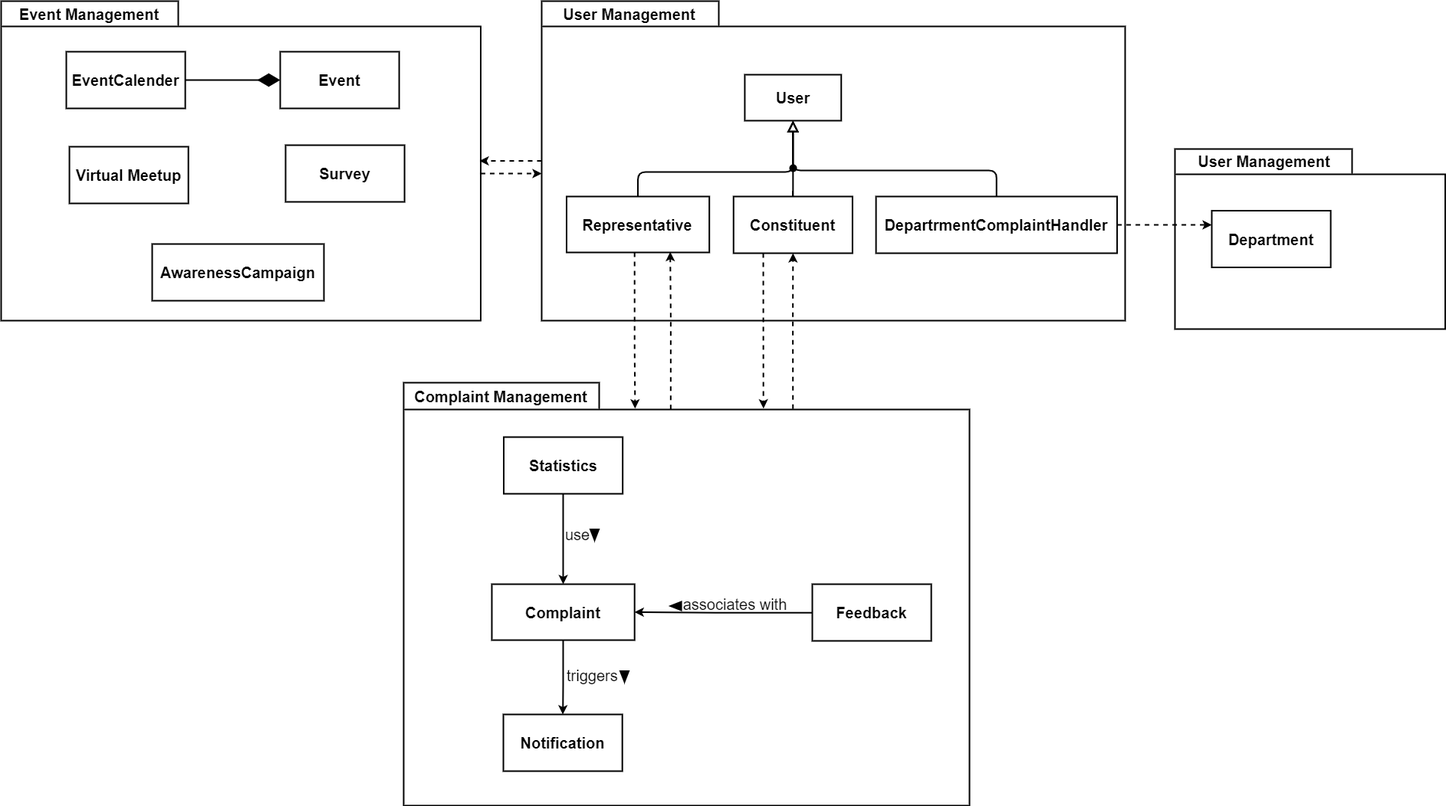
muhammadahsanmirza/fyp-constituency-connect keeps this draw.io diagram as 17 - Package Diagram/Package Diagram Detailed.drawio.png. Above is the earlier version. Source tidied: cells renumbered, new cells last; positions are measured from the earlier drawing's top-left corner, leaving out a move shared by most shapes.
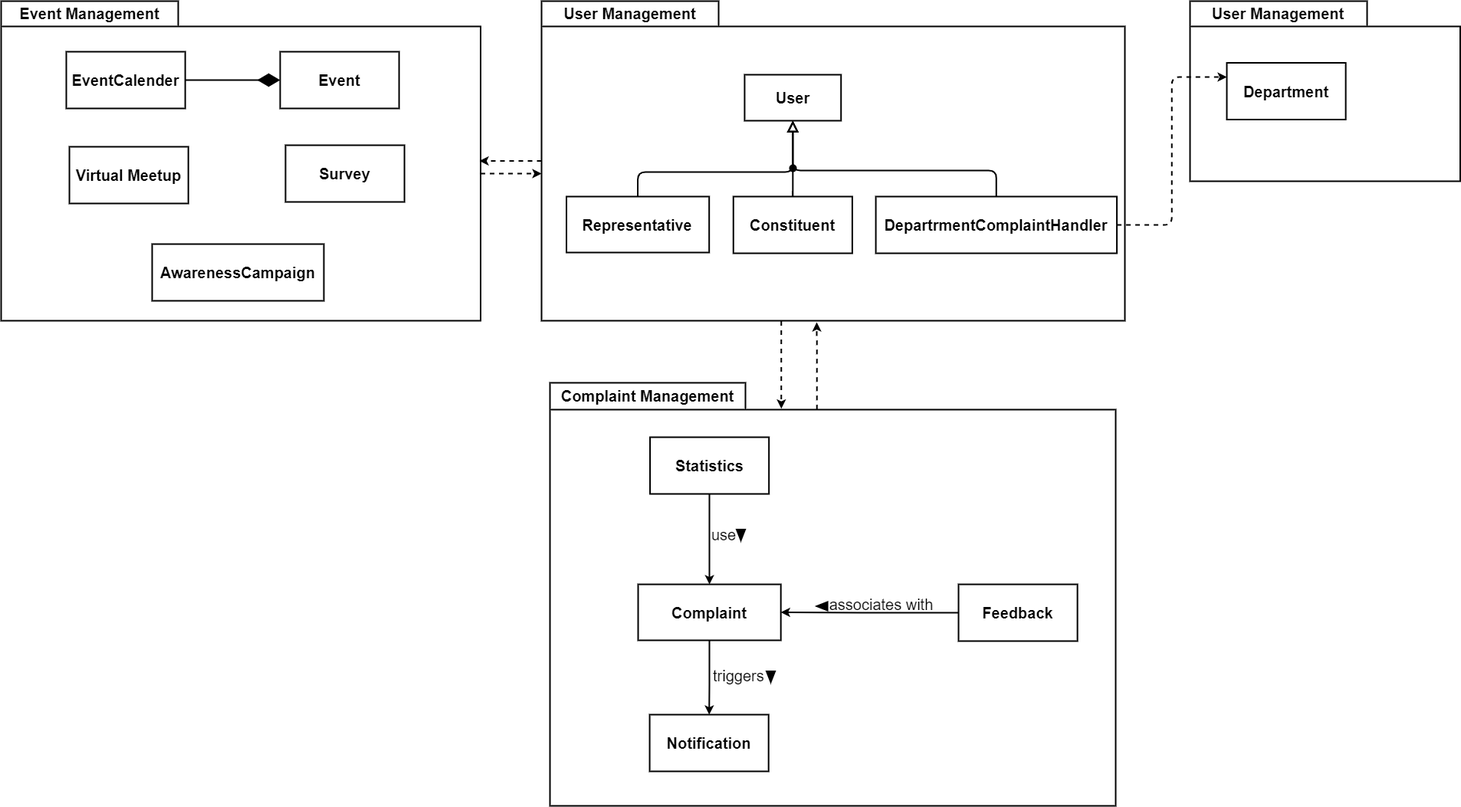
Above is the later version.

Commit message:
Add Deployment Diagram

What changed in the source:
```diff
@@ -49,7 +49,7 @@
       </mxGeometry>
     </mxCell>
     <mxCell id="12" value="User Management" style="shape=folder;fontStyle=1;tabWidth=231;tabHeight=33;tabPosition=left;html=1;boundedLbl=1;labelInHeader=1;whiteSpace=wrap;fontSize=20;strokeWidth=2;" parent="1" vertex="1">
-      <mxGeometry x="1531" y="193" width="352.5" height="235" as="geometry" />
+      <mxGeometry x="1551" width="352.5" height="235" as="geometry" />
     </mxCell>
     <mxCell id="13" style="html=1;strokeColor=none;fillColor=none;whiteSpace=wrap;fontSize=20;strokeWidth=2;" parent="12" vertex="1">
       <mxGeometry width="352.5" height="164.5" relative="1" as="geometry">
@@ -66,7 +66,7 @@
       <mxGeometry relative="1" as="geometry" />
     </mxCell>
     <mxCell id="17" style="group;" parent="1" vertex="1">
-      <mxGeometry x="525" y="498" width="738" height="552" as="geometry" />
+      <mxGeometry x="716" y="498" width="738" height="552" as="geometry" />
     </mxCell>
     <mxCell id="18" value="Complaint Management" style="shape=folder;fontStyle=1;tabWidth=255;tabHeight=35;tabPosition=left;html=1;boundedLbl=1;labelInHeader=1;whiteSpace=wrap;fontSize=20;strokeWidth=2;" parent="17" vertex="1">
       <mxGeometry width="738" height="552" as="geometry" />
@@ -118,58 +118,45 @@
     <mxCell id="33" style="triangle;whiteSpace=wrap;html=1;rotation=90;fontSize=20;strokeWidth=2;fillColor=#000000;" parent="17" vertex="1">
       <mxGeometry x="242" y="193" width="14.1" height="11" as="geometry" />
     </mxCell>
-    <mxCell id="34" style="edgeStyle=orthogonalEdgeStyle;rounded=1;jettySize=auto;html=1;entryX=0.409;entryY=0.061;entryDx=0;entryDy=0;entryPerimeter=0;dashed=1;curved=0;strokeWidth=2;" parent="1" edge="1" source="6" target="18">
-      <mxGeometry relative="1" as="geometry">
-        <Array as="points">
-          <mxPoint x="826" y="450" />
-          <mxPoint x="827" y="450" />
-        </Array>
-      </mxGeometry>
+    <mxCell id="34" style="edgeStyle=orthogonalEdgeStyle;rounded=1;jettySize=auto;html=1;entryX=0.409;entryY=0.061;entryDx=0;entryDy=0;entryPerimeter=0;dashed=1;curved=0;strokeWidth=2;exitX=0.411;exitY=1.001;exitDx=0;exitDy=0;exitPerimeter=0;" parent="1" edge="1" source="3" target="18">
+      <mxGeometry relative="1" as="geometry" />
     </mxCell>
-    <mxCell id="35" style="edgeStyle=orthogonalEdgeStyle;rounded=1;jettySize=auto;html=1;entryX=0.636;entryY=0.061;entryDx=0;entryDy=0;entryPerimeter=0;dashed=1;curved=0;exitX=0.25;exitY=1;exitDx=0;exitDy=0;strokeWidth=2;" parent="1" edge="1" source="7" target="18">
+    <mxCell id="35" style="edgeStyle=orthogonalEdgeStyle;rounded=1;jettySize=auto;html=1;exitX=0.472;exitY=0.063;exitDx=0;exitDy=0;exitPerimeter=0;strokeWidth=2;curved=0;dashed=1;" parent="1" edge="1" source="18">
       <mxGeometry relative="1" as="geometry">
-        <Array as="points">
-          <mxPoint x="994" y="522" />
-        </Array>
+        <mxPoint x="1064" y="419" as="targetPoint" />
       </mxGeometry>
     </mxCell>
-    <mxCell id="36" style="edgeStyle=orthogonalEdgeStyle;rounded=1;jettySize=auto;html=1;entryX=0.726;entryY=0.991;entryDx=0;entryDy=0;entryPerimeter=0;exitX=0.472;exitY=0.063;exitDx=0;exitDy=0;exitPerimeter=0;strokeWidth=2;curved=0;dashed=1;" parent="1" edge="1" source="18" target="6">
-      <mxGeometry relative="1" as="geometry" />
+    <mxCell id="36" style="group;" parent="1" vertex="1">
+      <mxGeometry width="625.5" height="417" as="geometry" />
     </mxCell>
-    <mxCell id="37" style="edgeStyle=orthogonalEdgeStyle;rounded=1;jettySize=auto;html=1;entryX=0.5;entryY=1;entryDx=0;entryDy=0;exitX=0.688;exitY=0.062;exitDx=0;exitDy=0;exitPerimeter=0;dashed=1;curved=0;strokeWidth=2;" parent="1" edge="1" source="18" target="7">
-      <mxGeometry relative="1" as="geometry" />
+    <mxCell id="37" value="Event Management" style="shape=folder;fontStyle=1;tabWidth=231;tabHeight=33;tabPosition=left;html=1;boundedLbl=1;labelInHeader=1;whiteSpace=wrap;fontSize=20;strokeWidth=2;" parent="36" vertex="1">
+      <mxGeometry width="625.5" height="417" as="geometry" />
     </mxCell>
-    <mxCell id="38" style="group;" parent="1" vertex="1">
-      <mxGeometry width="625.5" height="417" as="geometry" />
+    <mxCell id="38" style="html=1;strokeColor=none;fillColor=none;whiteSpace=wrap;fontSize=20;strokeWidth=2;" parent="37" vertex="1">
+      <mxGeometry width="625.5" height="291.9" relative="1" as="geometry">
+        <mxPoint y="30" as="offset" />
+      </mxGeometry>
     </mxCell>
-    <mxCell id="39" value="Event Management" style="shape=folder;fontStyle=1;tabWidth=231;tabHeight=33;tabPosition=left;html=1;boundedLbl=1;labelInHeader=1;whiteSpace=wrap;fontSize=20;strokeWidth=2;" parent="38" vertex="1">
-      <mxGeometry width="625.5" height="417" as="geometry" />
+    <mxCell id="39" value="&lt;b&gt;Virtual Meetup&lt;/b&gt;" style="rounded=0;whiteSpace=wrap;html=1;fontSize=20;strokeWidth=2;" parent="37" vertex="1">
+      <mxGeometry x="89.1" y="190" width="155.1" height="74" as="geometry" />
     </mxCell>
-    <mxCell id="40" style="html=1;strokeColor=none;fillColor=none;whiteSpace=wrap;fontSize=20;strokeWidth=2;" parent="39" vertex="1">
-      <mxGeometry width="625.5" height="291.9" relative="1" as="geometry">
-        <mxPoint y="30" as="offset" />
-      </mxGeometry>
+    <mxCell id="40" value="&lt;b&gt;Survey&lt;/b&gt;" style="rounded=0;whiteSpace=wrap;html=1;fontSize=20;strokeWidth=2;" parent="37" vertex="1">
+      <mxGeometry x="371" y="188" width="155.1" height="74" as="geometry" />
     </mxCell>
-    <mxCell id="41" value="&lt;b&gt;Virtual Meetup&lt;/b&gt;" style="rounded=0;whiteSpace=wrap;html=1;fontSize=20;strokeWidth=2;" parent="39" vertex="1">
-      <mxGeometry x="89.1" y="190" width="155.1" height="74" as="geometry" />
+    <mxCell id="41" value="&lt;b&gt;AwarenessCampaign&lt;/b&gt;" style="rounded=0;whiteSpace=wrap;html=1;fontSize=20;strokeWidth=2;" parent="37" vertex="1">
+      <mxGeometry x="197" y="317" width="224" height="74" as="geometry" />
     </mxCell>
-    <mxCell id="42" value="&lt;b&gt;Survey&lt;/b&gt;" style="rounded=0;whiteSpace=wrap;html=1;fontSize=20;strokeWidth=2;" parent="39" vertex="1">
-      <mxGeometry x="371" y="188" width="155.1" height="74" as="geometry" />
+    <mxCell id="42" value="&lt;b&gt;EventCalender&lt;/b&gt;" style="rounded=0;whiteSpace=wrap;html=1;fontSize=20;strokeWidth=2;" parent="36" vertex="1">
+      <mxGeometry x="85" y="66" width="155.1" height="74" as="geometry" />
     </mxCell>
-    <mxCell id="43" value="&lt;b&gt;AwarenessCampaign&lt;/b&gt;" style="rounded=0;whiteSpace=wrap;html=1;fontSize=20;strokeWidth=2;" parent="39" vertex="1">
-      <mxGeometry x="197" y="317" width="224" height="74" as="geometry" />
+    <mxCell id="43" value="&lt;b&gt;Event&lt;/b&gt;" style="rounded=0;whiteSpace=wrap;html=1;fontSize=20;strokeWidth=2;" parent="36" vertex="1">
+      <mxGeometry x="364" y="66" width="155.1" height="74" as="geometry" />
     </mxCell>
-    <mxCell id="44" value="&lt;b&gt;EventCalender&lt;/b&gt;" style="rounded=0;whiteSpace=wrap;html=1;fontSize=20;strokeWidth=2;" parent="38" vertex="1">
-      <mxGeometry x="85" y="66" width="155.1" height="74" as="geometry" />
+    <mxCell id="44" style="endArrow=diamondThin;endFill=1;endSize=24;html=1;rounded=0;strokeWidth=2;exitX=1;exitY=0.5;exitDx=0;exitDy=0;entryX=0;entryY=0.5;entryDx=0;entryDy=0;" parent="36" edge="1" source="42" target="43">
+      <mxGeometry relative="1" as="geometry" />
     </mxCell>
-    <mxCell id="45" value="&lt;b&gt;Event&lt;/b&gt;" style="rounded=0;whiteSpace=wrap;html=1;fontSize=20;strokeWidth=2;" parent="38" vertex="1">
-      <mxGeometry x="364" y="66" width="155.1" height="74" as="geometry" />
+    <mxCell id="45" style="edgeStyle=orthogonalEdgeStyle;rounded=1;jettySize=auto;html=1;exitX=0;exitY=0;exitDx=625.5;exitDy=225;exitPerimeter=0;entryX=0;entryY=0;entryDx=0;entryDy=225;entryPerimeter=0;strokeWidth=2;curved=0;dashed=1;" parent="1" edge="1" source="37" target="3">
+      <mxGeometry relative="1" as="geometry" />
     </mxCell>
-    <mxCell id="46" style="endArrow=diamondThin;endFill=1;endSize=24;html=1;rounded=0;strokeWidth=2;exitX=1;exitY=0.5;exitDx=0;exitDy=0;entryX=0;entryY=0.5;entryDx=0;entryDy=0;" parent="38" edge="1" source="44" target="45">
-      <mxGeometry relative="1" as="geometry" />
-    </mxCell>
-    <mxCell id="47" style="edgeStyle=orthogonalEdgeStyle;rounded=1;jettySize=auto;html=1;exitX=0;exitY=0;exitDx=625.5;exitDy=225;exitPerimeter=0;entryX=0;entryY=0;entryDx=0;entryDy=225;entryPerimeter=0;strokeWidth=2;curved=0;dashed=1;" parent="1" edge="1" source="39" target="3">
-      <mxGeometry relative="1" as="geometry" />
-    </mxCell>
   </root>
 </mxGraphModel>
```
